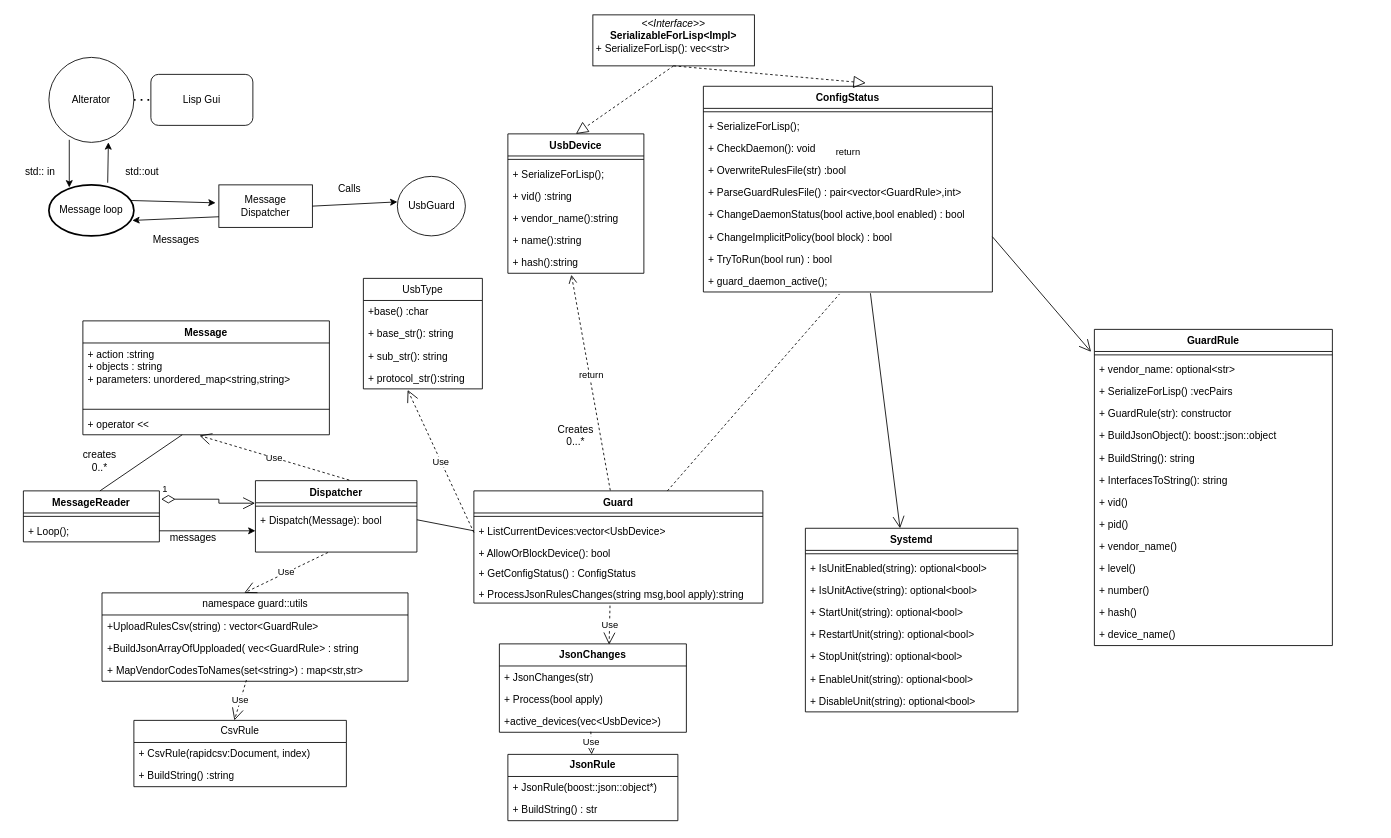
Above: Classes.drawio in 3036662/alterator-usbmount (draw.io), before the change. Source tidied: cells renumbered, new cells numbered last; positions are measured from the earlier drawing's top-left corner, leaving out a move shared by most shapes. Both pictures are drawn from the tidied source at 85%, with x=0, y=0 at pixel (14, 14).
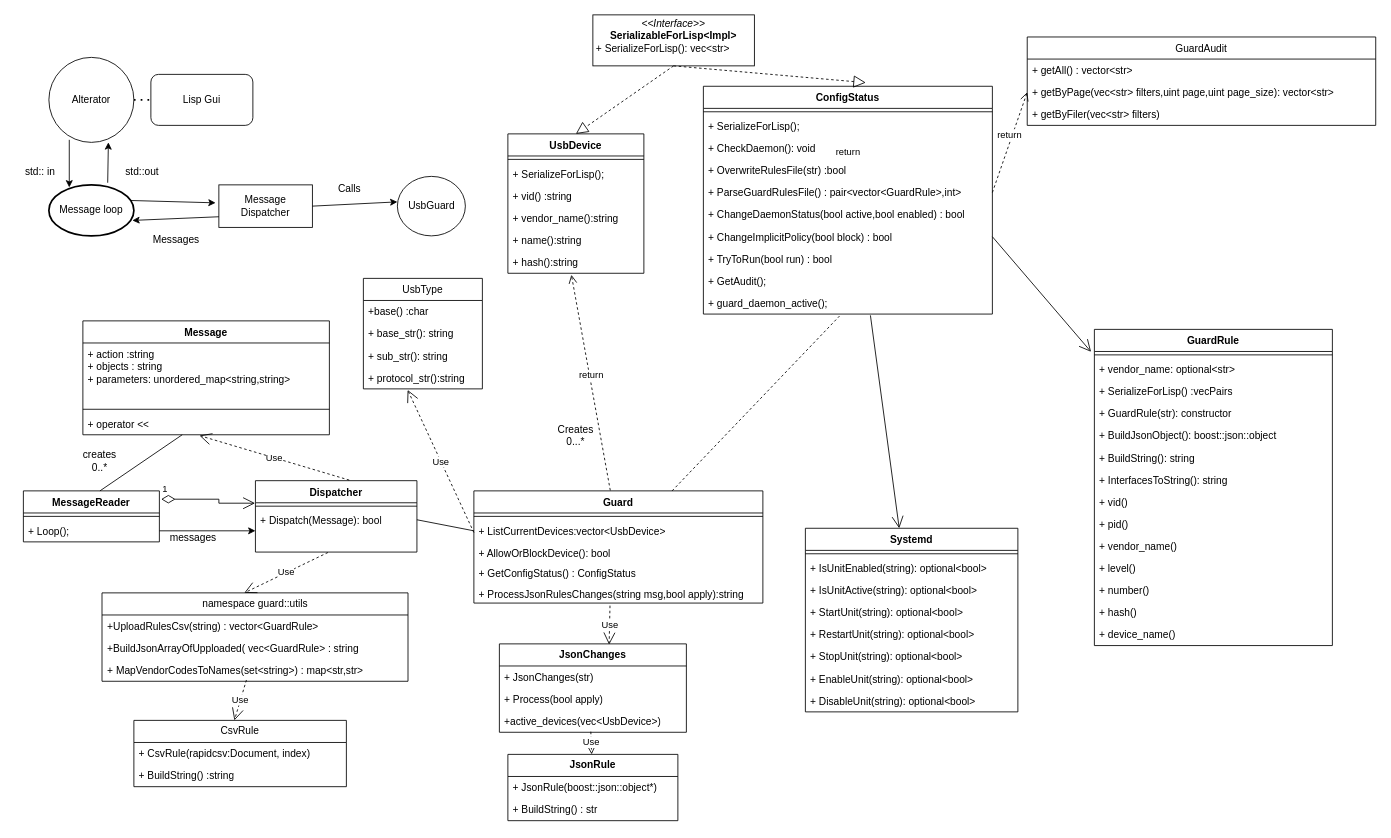
The same diagram, later.

The change refers to these unchanged cells:
```xml
<mxCell id="57" value="+ ParseGuardRulesFile() : pair&lt;vector&lt;GuardRule&gt;,int&gt;" style="text;strokeColor=none;fillColor=none;align=left;verticalAlign=top;spacingLeft=4;spacingRight=4;overflow=hidden;points=[[0,0.5],[1,0.5]];portConstraint=eastwest;" parent="51" vertex="1">
  <mxGeometry y="112" width="340" height="26" as="geometry" />
</mxCell>
```

The edit, as a diff of the source:
```diff
@@
     <mxCell id="51" value="ConfigStatus" style="swimlane;fontStyle=1;align=center;verticalAlign=top;horizontal=1;startSize=26;" parent="1" vertex="1">
-      <mxGeometry x="810" y="84" width="340" height="242" as="geometry" />
+      <mxGeometry x="810" y="84" width="340" height="268" as="geometry" />
     </mxCell>
@@
+    <mxCell id="115" value="+ GetAudit();" style="text;strokeColor=none;fillColor=none;align=left;verticalAlign=top;spacingLeft=4;spacingRight=4;overflow=hidden;whiteSpace=wrap;html=1;" parent="51" vertex="1">
+      <mxGeometry y="216" width="340" height="26" as="geometry" />
+    </mxCell>
     <mxCell id="61" value="+ guard_daemon_active();" style="text;strokeColor=none;fillColor=none;align=left;verticalAlign=top;spacingLeft=4;spacingRight=4;overflow=hidden;points=[[0,0.5],[1,0.5]];portConstraint=eastwest;whiteSpace=wrap;html=1;" parent="51" vertex="1">
-      <mxGeometry y="216" width="340" height="26" as="geometry" />
+      <mxGeometry y="242" width="340" height="26" as="geometry" />
     </mxCell>
@@
+    <mxCell id="116" value="GuardAudit" style="swimlane;fontStyle=0;horizontal=1;startSize=26;fillColor=none;" parent="1" vertex="1">
+      <mxGeometry x="1191" y="26" width="410" height="104" as="geometry" />
+    </mxCell>
+    <mxCell id="117" value="+ getAll() : vector&lt;str&gt;" style="text;strokeColor=none;fillColor=none;align=left;verticalAlign=top;spacingLeft=4;spacingRight=4;overflow=hidden;" parent="116" vertex="1">
+      <mxGeometry y="26" width="410" height="26" as="geometry" />
+    </mxCell>
+    <mxCell id="118" value="+ getByPage(vec&lt;str&gt; filters,uint page,uint page_size): vector&lt;str&gt;" style="text;strokeColor=none;fillColor=none;align=left;verticalAlign=top;spacingLeft=4;spacingRight=4;overflow=hidden;points=[[0,0.5],[1,0.5]];portConstraint=eastwest;" parent="116" vertex="1">
+      <mxGeometry y="52" width="410" height="26" as="geometry" />
+    </mxCell>
+    <mxCell id="119" value="+ getByFiler(vec&lt;str&gt; filters)" style="text;strokeColor=none;fillColor=none;align=left;verticalAlign=top;spacingLeft=4;spacingRight=4;overflow=hidden;" parent="116" vertex="1">
+      <mxGeometry y="78" width="410" height="26" as="geometry" />
+    </mxCell>
+    <mxCell id="120" value="return" style="html=1;verticalAlign=bottom;endArrow=open;dashed=1;endSize=8;exitX=1;exitY=0.5;exitDx=0;exitDy=0;entryX=0;entryY=0.5;entryDx=0;entryDy=0;" parent="1" edge="1" source="57" target="118">
+      <mxGeometry relative="1" as="geometry" />
+    </mxCell>
```
